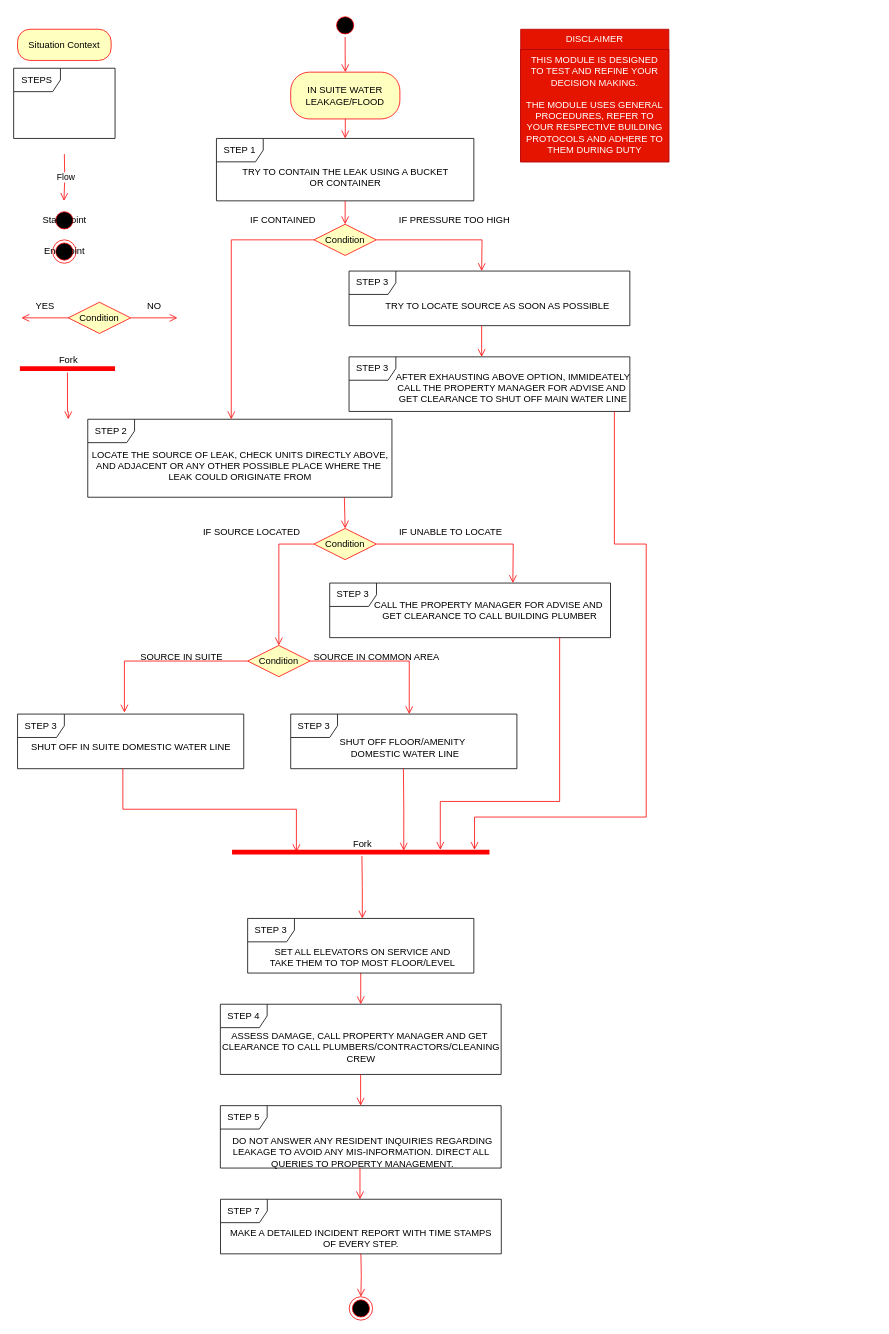
Above: MODULES/MOD.drawio in s-nasir/ModTrain (draw.io), before the change. Source tidied: cells renumbered, new cells numbered last; positions are measured from the earlier drawing's top-left corner, leaving out a move shared by most shapes. Both pictures are drawn from the tidied source at 78%, with x=0, y=0 at pixel (13, 13).
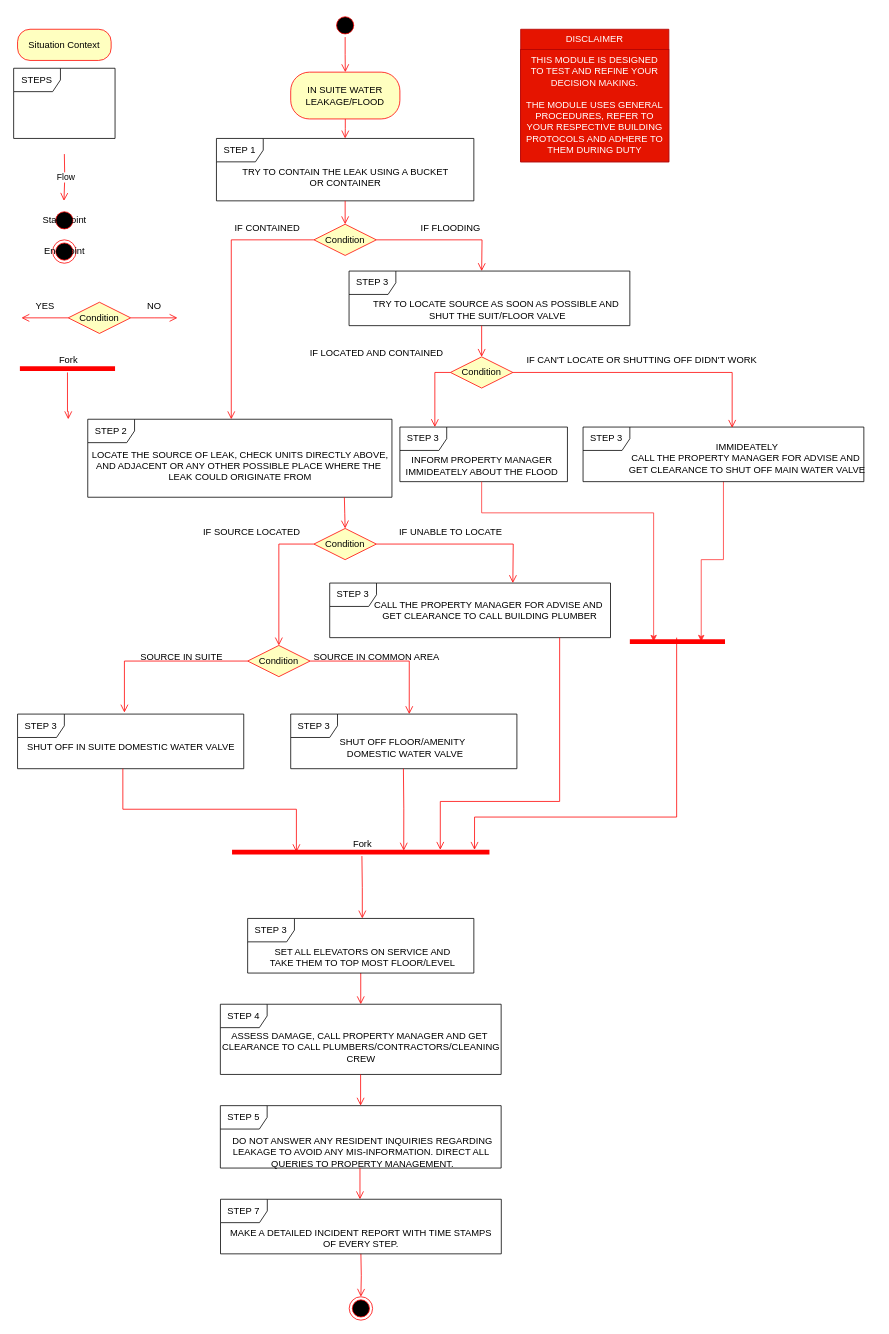
The same page after the edit.

Unchanged cells that the change refers to:
```xml
<mxCell id="65" style="shape=line;html=1;strokeWidth=6;strokeColor=#ff0000;" parent="1" vertex="1">
  <mxGeometry x="280" y="1070" width="330" height="10" as="geometry" />
</mxCell>
```

Change to the diagram source:
```diff
@@
-    <mxCell id="52" value="SHUT OFF IN SUITE DOMESTIC WATER LINE" style="text;html=1;align=center;verticalAlign=middle;strokeColor=none;fillColor=none;" parent="1" vertex="1">
-      <mxGeometry x="10" y="926" width="280" height="30" as="geometry" />
+    <mxCell id="52" value="SHUT OFF IN SUITE DOMESTIC WATER VALVE" style="text;html=1;align=center;verticalAlign=middle;strokeColor=none;fillColor=none;" parent="1" vertex="1">
+      <mxGeometry x="5" y="926" width="290" height="30" as="geometry" />
     </mxCell>
@@
-    <mxCell id="54" value="SHUT OFF FLOOR/AMENITY&amp;nbsp;&lt;br&gt;&amp;nbsp;DOMESTIC WATER LINE" style="text;html=1;align=center;verticalAlign=middle;strokeColor=none;fillColor=none;" parent="1" vertex="1">
+    <mxCell id="54" value="SHUT OFF FLOOR/AMENITY&amp;nbsp;&lt;br&gt;&amp;nbsp;DOMESTIC WATER VALVE" style="text;html=1;align=center;verticalAlign=middle;strokeColor=none;fillColor=none;" parent="1" vertex="1">
       <mxGeometry x="405.2" y="921" width="190" height="40" as="geometry" />
     </mxCell>
@@
     <mxCell id="58" value="IF CONTAINED" style="text;html=1;align=center;verticalAlign=middle;strokeColor=none;fillColor=none;" parent="1" vertex="1">
-      <mxGeometry x="290" y="250" width="110" height="30" as="geometry" />
+      <mxGeometry x="270" y="260" width="110" height="30" as="geometry" />
     </mxCell>
-    <mxCell id="59" value="IF PRESSURE TOO HIGH" style="text;html=1;align=center;verticalAlign=middle;strokeColor=none;fillColor=none;" parent="1" vertex="1">
-      <mxGeometry x="480" y="250" width="170" height="30" as="geometry" />
+    <mxCell id="59" value="&lt;span style=&quot;background-color: rgb(255, 255, 255);&quot;&gt;IF FLOODING&lt;/span&gt;" style="text;html=1;align=center;verticalAlign=middle;strokeColor=none;fillColor=none;" parent="1" vertex="1">
+      <mxGeometry x="510" y="260" width="100" height="30" as="geometry" />
     </mxCell>
@@
-    <mxCell id="61" value="TRY TO LOCATE SOURCE AS SOON AS POSSIBLE" style="text;html=1;align=center;verticalAlign=middle;strokeColor=none;fillColor=none;" parent="1" vertex="1">
-      <mxGeometry x="465" y="360" width="310" height="30" as="geometry" />
+    <mxCell id="61" value="TRY TO LOCATE SOURCE AS SOON AS POSSIBLE AND&amp;nbsp;&lt;br&gt;SHUT THE SUIT/FLOOR VALVE" style="text;html=1;align=center;verticalAlign=middle;strokeColor=none;fillColor=none;" parent="1" vertex="1">
+      <mxGeometry x="450" y="360" width="340" height="40" as="geometry" />
     </mxCell>
+    <mxCell id="74" style="edgeStyle=orthogonalEdgeStyle;rounded=0;jettySize=auto;html=1;entryX=0.75;entryY=0.5;entryDx=0;entryDy=0;entryPerimeter=0;strokeColor=#FF3333;" parent="1" edge="1" source="62" target="83">
+      <mxGeometry relative="1" as="geometry" />
+    </mxCell>
     <mxCell id="62" value="STEP 3" style="shape=umlFrame;whiteSpace=wrap;html=1;" parent="1" vertex="1">
-      <mxGeometry x="430" y="440" width="360" height="70" as="geometry" />
+      <mxGeometry x="730" y="530" width="360" height="70" as="geometry" />
     </mxCell>
-    <mxCell id="63" value="AFTER EXHAUSTING ABOVE OPTION, IMMIDEATELY&lt;br&gt;CALL THE PROPERTY MANAGER FOR ADVISE AND&amp;nbsp;&lt;br&gt;GET CLEARANCE TO SHUT OFF MAIN WATER&amp;nbsp;LINE" style="text;html=1;align=center;verticalAlign=middle;strokeColor=none;fillColor=none;" parent="1" vertex="1">
-      <mxGeometry x="480" y="450" width="320" height="60" as="geometry" />
+    <mxCell id="63" value="IMMIDEATELY&lt;br&gt;CALL THE PROPERTY MANAGER FOR ADVISE AND&amp;nbsp;&lt;br&gt;GET CLEARANCE TO SHUT OFF MAIN WATER VALVE" style="text;html=1;align=center;verticalAlign=middle;strokeColor=none;fillColor=none;" parent="1" vertex="1">
+      <mxGeometry x="775" y="540" width="330" height="60" as="geometry" />
     </mxCell>
@@
     <mxCell id="73" style="edgeStyle=orthogonalEdgeStyle;html=1;verticalAlign=bottom;endArrow=open;endSize=8;strokeColor=#ff0000;rounded=0;entryX=0.942;entryY=0.2;entryDx=0;entryDy=0;entryPerimeter=0;" parent="1" edge="1" target="65">
       <mxGeometry relative="1" as="geometry">
-        <mxPoint x="770.2" y="510" as="sourcePoint" />
+        <mxPoint x="850" y="800" as="sourcePoint" />
         <Array as="points">
-          <mxPoint x="770" y="680" />
-          <mxPoint x="811" y="680" />
-          <mxPoint x="811" y="1030" />
+          <mxPoint x="850" y="800" />
+          <mxPoint x="850" y="1030" />
           <mxPoint x="591" y="1030" />
         </Array>
       </mxGeometry>
     </mxCell>
+    <mxCell id="75" value="Condition" style="rhombus;whiteSpace=wrap;html=1;fontColor=#000000;fillColor=#ffffc0;strokeColor=#ff0000;" parent="1" vertex="1">
+      <mxGeometry x="560" y="440" width="80" height="40" as="geometry" />
+    </mxCell>
+    <mxCell id="76" style="edgeStyle=orthogonalEdgeStyle;html=1;align=left;verticalAlign=bottom;endArrow=open;endSize=8;strokeColor=#ff0000;rounded=0;entryX=0.531;entryY=0.014;entryDx=0;entryDy=0;entryPerimeter=0;" parent="1" edge="1" source="75" target="62">
+      <mxGeometry x="-0.25" y="10" relative="1" as="geometry" />
+    </mxCell>
+    <mxCell id="77" style="edgeStyle=orthogonalEdgeStyle;html=1;align=left;verticalAlign=top;endArrow=open;endSize=8;strokeColor=#ff0000;rounded=0;" parent="1" edge="1" target="80">
+      <mxGeometry x="0.2" y="60" relative="1" as="geometry">
+        <mxPoint x="560" y="460" as="sourcePoint" />
+        <Array as="points">
+          <mxPoint x="540" y="460" />
+        </Array>
+      </mxGeometry>
+    </mxCell>
+    <mxCell id="78" value="IF LOCATED AND CONTAINED" style="text;html=1;align=center;verticalAlign=middle;strokeColor=none;fillColor=none;" parent="1" vertex="1">
+      <mxGeometry x="370" y="420" width="190" height="30" as="geometry" />
+    </mxCell>
+    <mxCell id="79" value="IF CAN'T LOCATE OR SHUTTING OFF DIDN'T WORK" style="text;html=1;align=center;verticalAlign=middle;strokeColor=none;fillColor=none;" parent="1" vertex="1">
+      <mxGeometry x="645.2" y="430" width="320" height="30" as="geometry" />
+    </mxCell>
+    <mxCell id="80" value="STEP 3" style="shape=umlFrame;whiteSpace=wrap;html=1;" parent="1" vertex="1">
+      <mxGeometry x="495.2" y="530" width="214.8" height="70" as="geometry" />
+    </mxCell>
+    <mxCell id="81" style="edgeStyle=orthogonalEdgeStyle;rounded=0;jettySize=auto;html=1;entryX=0.25;entryY=0.5;entryDx=0;entryDy=0;entryPerimeter=0;strokeColor=#FF3333;" parent="1" edge="1" source="82" target="83">
+      <mxGeometry relative="1" as="geometry">
+        <Array as="points">
+          <mxPoint x="600" y="640" />
+          <mxPoint x="821" y="640" />
+        </Array>
+      </mxGeometry>
+    </mxCell>
+    <mxCell id="82" value="INFORM PROPERTY MANAGER &lt;br&gt;IMMIDEATELY ABOUT THE FLOOD" style="text;html=1;align=center;verticalAlign=middle;points=[];strokeColor=none;fillColor=none;" parent="1" vertex="1">
+      <mxGeometry x="490" y="560" width="220" height="40" as="geometry" />
+    </mxCell>
+    <mxCell id="83" style="shape=line;html=1;strokeWidth=6;strokeColor=#ff0000;" parent="1" vertex="1">
+      <mxGeometry x="790" y="800" width="122" height="10" as="geometry" />
+    </mxCell>
```
